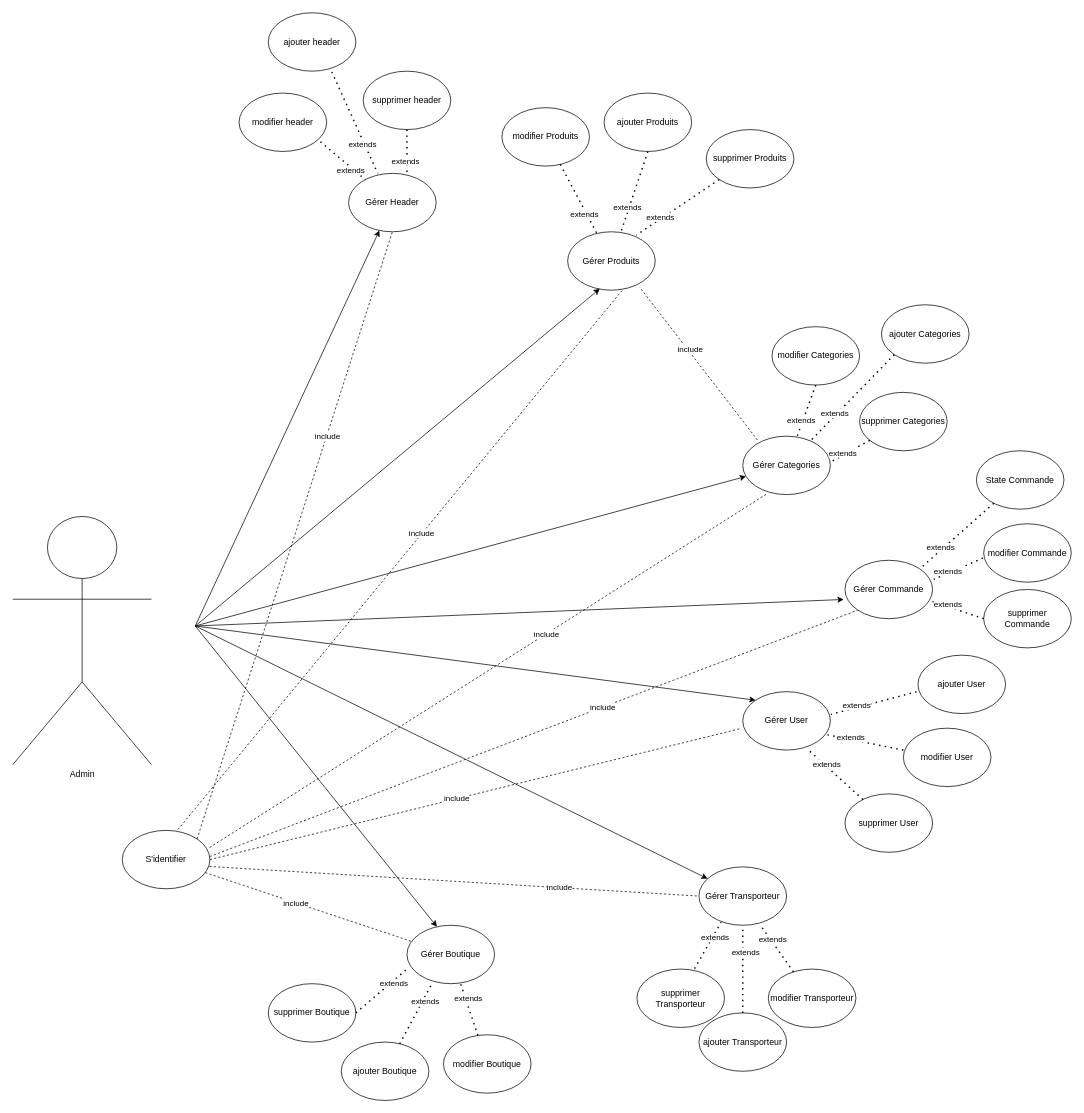
Above: MCT_admin.drawio in BadrKarim/les-PetitsDomaines (draw.io), before the change. Source tidied: cells renumbered, new cells numbered last; positions are measured from the earlier drawing's top-left corner, leaving out a move shared by most shapes. Both pictures are drawn from the tidied source at 73%, with x=0, y=0 at pixel (12, 12).
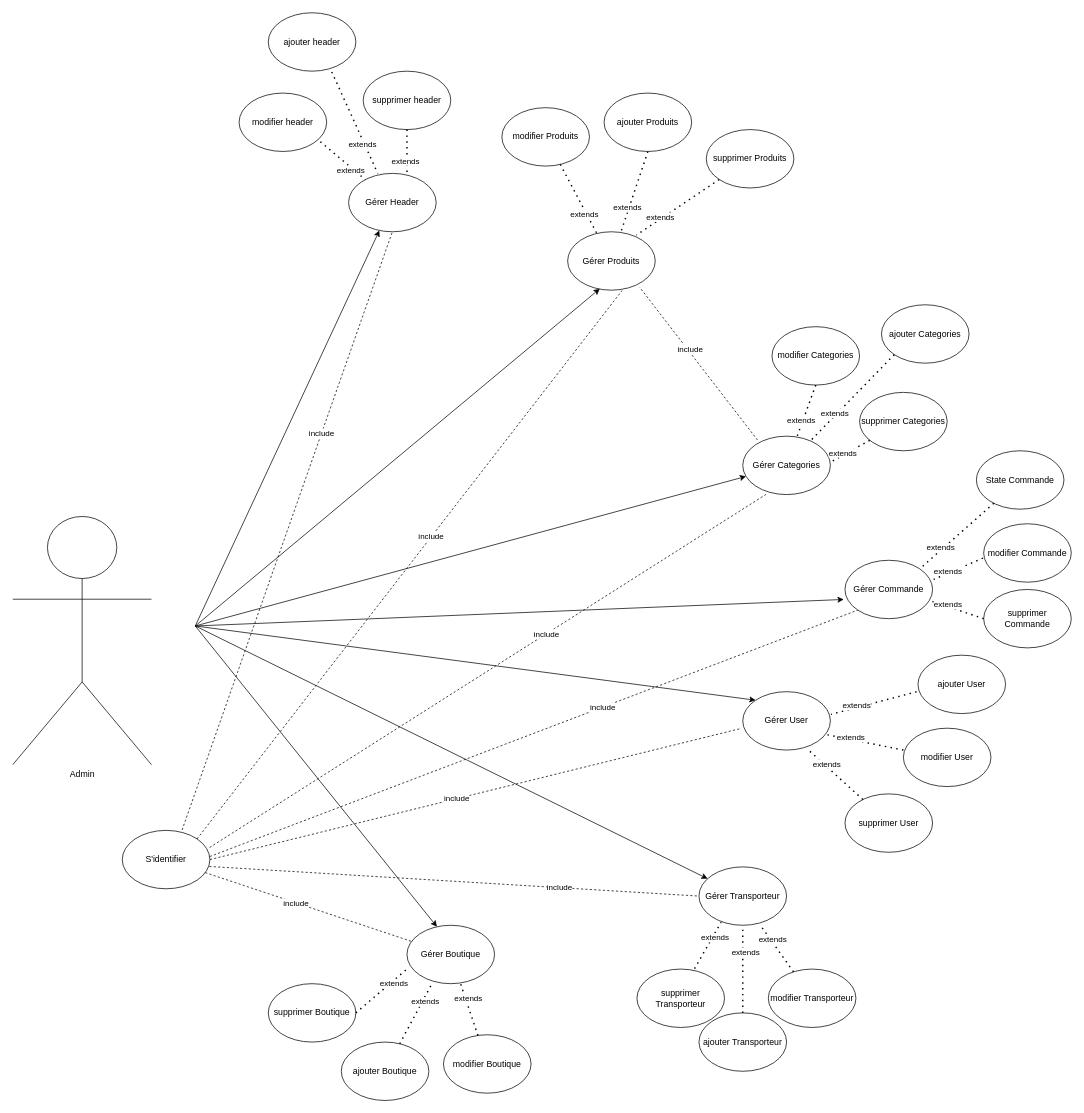
The same diagram, later.

Commit message (it also covers changes not shown here):
MCT user

Unchanged cells that the change refers to:
```xml
<mxCell id="5" value="Gérer Produits" style="ellipse;whiteSpace=wrap;html=1;" parent="1" vertex="1">
  <mxGeometry x="760.1" y="300" width="120" height="80" as="geometry" />
</mxCell>
<mxCell id="7" value="Gérer Header" style="ellipse;whiteSpace=wrap;html=1;" parent="1" vertex="1">
  <mxGeometry x="460" y="220" width="120" height="80" as="geometry" />
</mxCell>
<mxCell id="10" value="S'identifier" style="ellipse;whiteSpace=wrap;html=1;" parent="1" vertex="1">
  <mxGeometry x="150" y="1120" width="120" height="80" as="geometry" />
</mxCell>
```

Change to the diagram source:
```diff
@@
-    <mxCell id="39" style="endArrow=none;dashed=1;html=1;exitX=1;exitY=0;exitDx=0;exitDy=0;entryX=0.5;entryY=1;entryDx=0;entryDy=0;" parent="1" edge="1" source="10" target="7">
+    <mxCell id="39" style="endArrow=none;dashed=1;html=1;entryX=0.5;entryY=1;entryDx=0;entryDy=0;exitX=0.683;exitY=-0.007;exitDx=0;exitDy=0;exitPerimeter=0;" parent="1" edge="1" source="10" target="7">
       <mxGeometry relative="1" as="geometry" />
     </mxCell>
@@
-    <mxCell id="47" style="endArrow=none;dashed=1;html=1;exitX=0.635;exitY=-0.014;exitDx=0;exitDy=0;entryX=0.621;entryY=1.007;entryDx=0;entryDy=0;entryPerimeter=0;exitPerimeter=0;" parent="1" edge="1" source="10" target="5">
+    <mxCell id="47" style="endArrow=none;dashed=1;html=1;exitX=1;exitY=0;exitDx=0;exitDy=0;entryX=0.621;entryY=1.007;entryDx=0;entryDy=0;entryPerimeter=0;" parent="1" edge="1" source="10" target="5">
       <mxGeometry relative="1" as="geometry" />
     </mxCell>
```
